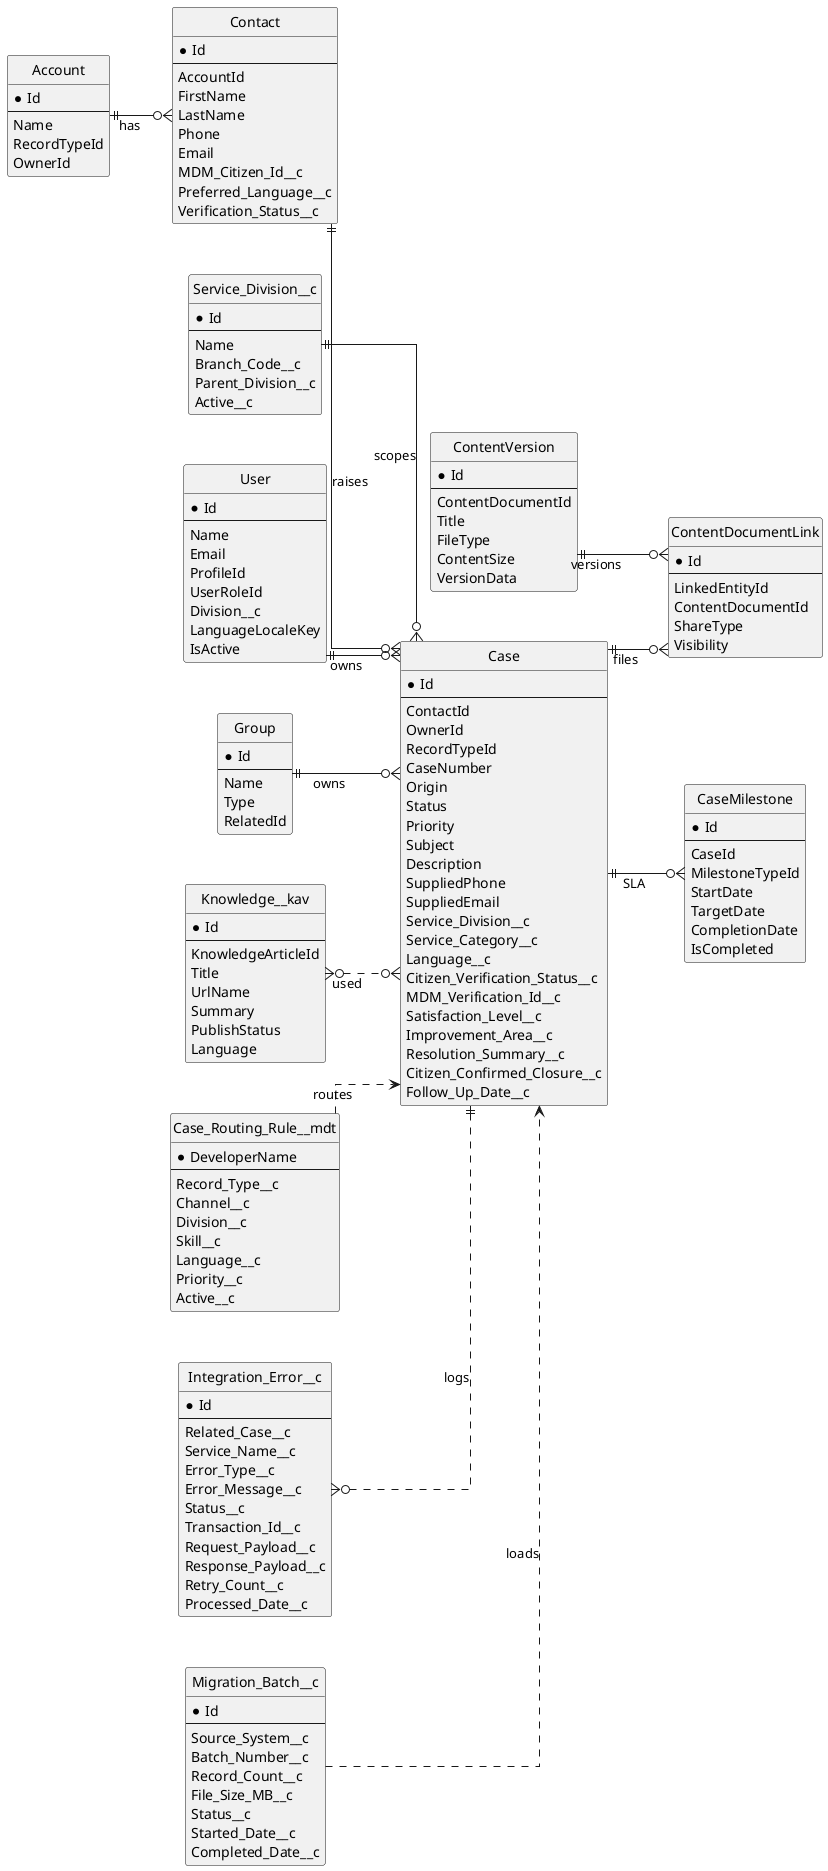
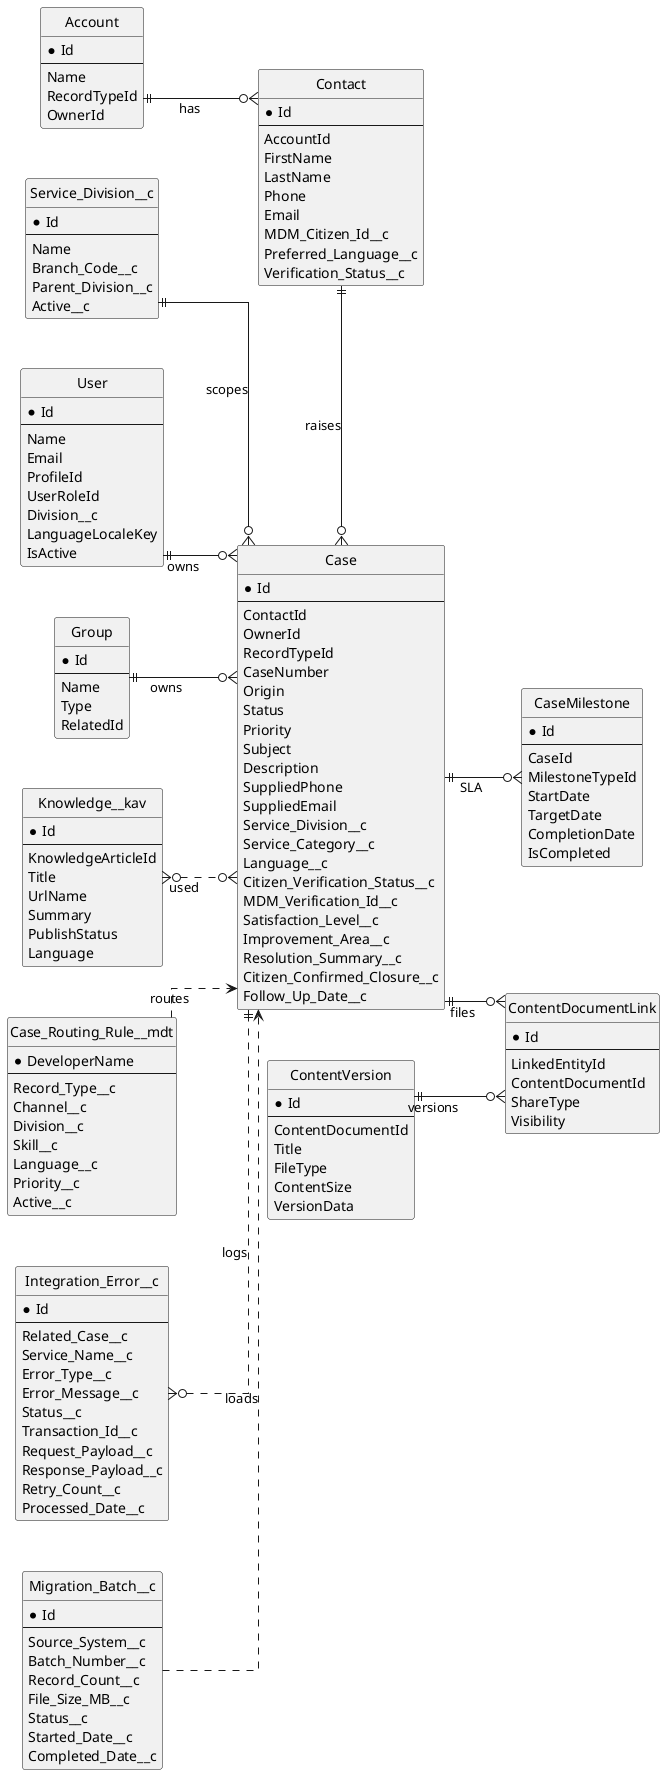
@startuml
hide methods
hide circle
skinparam linetype ortho
skinparam nodesep 50
skinparam ranksep 60
left to right direction

entity Account {
  * Id
  --
  Name
  RecordTypeId
  OwnerId
}

entity Contact {
  * Id
  --
  AccountId
  FirstName
  LastName
  Phone
  Email
  MDM_Citizen_Id__c
  Preferred_Language__c
  Verification_Status__c
}

entity Case {
  * Id
  --
  ContactId
  OwnerId
  RecordTypeId
  CaseNumber
  Origin
  Status
  Priority
  Subject
  Description
  SuppliedPhone
  SuppliedEmail
  Service_Division__c
  Service_Category__c
  Language__c
  Citizen_Verification_Status__c
  MDM_Verification_Id__c
  Satisfaction_Level__c
  Improvement_Area__c
  Resolution_Summary__c
  Citizen_Confirmed_Closure__c
  Follow_Up_Date__c
}

entity Service_Division__c {
  * Id
  --
  Name
  Branch_Code__c
  Parent_Division__c
  Active__c
}

entity User {
  * Id
  --
  Name
  Email
  ProfileId
  UserRoleId
  Division__c
  LanguageLocaleKey
  IsActive
}

entity Group {
  * Id
  --
  Name
  Type
  RelatedId
}

entity Knowledge__kav {
  * Id
  --
  KnowledgeArticleId
  Title
  UrlName
  Summary
  PublishStatus
  Language
}

entity ContentVersion {
  * Id
  --
  ContentDocumentId
  Title
  FileType
  ContentSize
  VersionData
}

entity ContentDocumentLink {
  * Id
  --
  LinkedEntityId
  ContentDocumentId
  ShareType
  Visibility
}

entity CaseMilestone {
  * Id
  --
  CaseId
  MilestoneTypeId
  StartDate
  TargetDate
  CompletionDate
  IsCompleted
}

entity Case_Routing_Rule__mdt {
  * DeveloperName
  --
  Record_Type__c
  Channel__c
  Division__c
  Skill__c
  Language__c
  Priority__c
  Active__c
}

entity Integration_Error__c {
  * Id
  --
  Related_Case__c
  Service_Name__c
  Error_Type__c
  Error_Message__c
  Status__c
  Transaction_Id__c
  Request_Payload__c
  Response_Payload__c
  Retry_Count__c
  Processed_Date__c
}

entity Migration_Batch__c {
  * Id
  --
  Source_System__c
  Batch_Number__c
  Record_Count__c
  File_Size_MB__c
  Status__c
  Started_Date__c
  Completed_Date__c
}

Account ||--o{ Contact : has
- Contact ||--o{ Case : raises
+ Contact ||-o{ Case : raises
Service_Division__c ||--o{ Case : scopes
User ||--o{ Case : owns
Group ||--o{ Case : owns
Case ||--o{ ContentDocumentLink : files
ContentVersion ||--o{ ContentDocumentLink : versions
Case ||--o{ CaseMilestone : SLA
Knowledge__kav }o..o{ Case : used
Case_Routing_Rule__mdt ..> Case : routes
Integration_Error__c }o..|| Case : logs
Migration_Batch__c ..> Case : loads

@enduml
